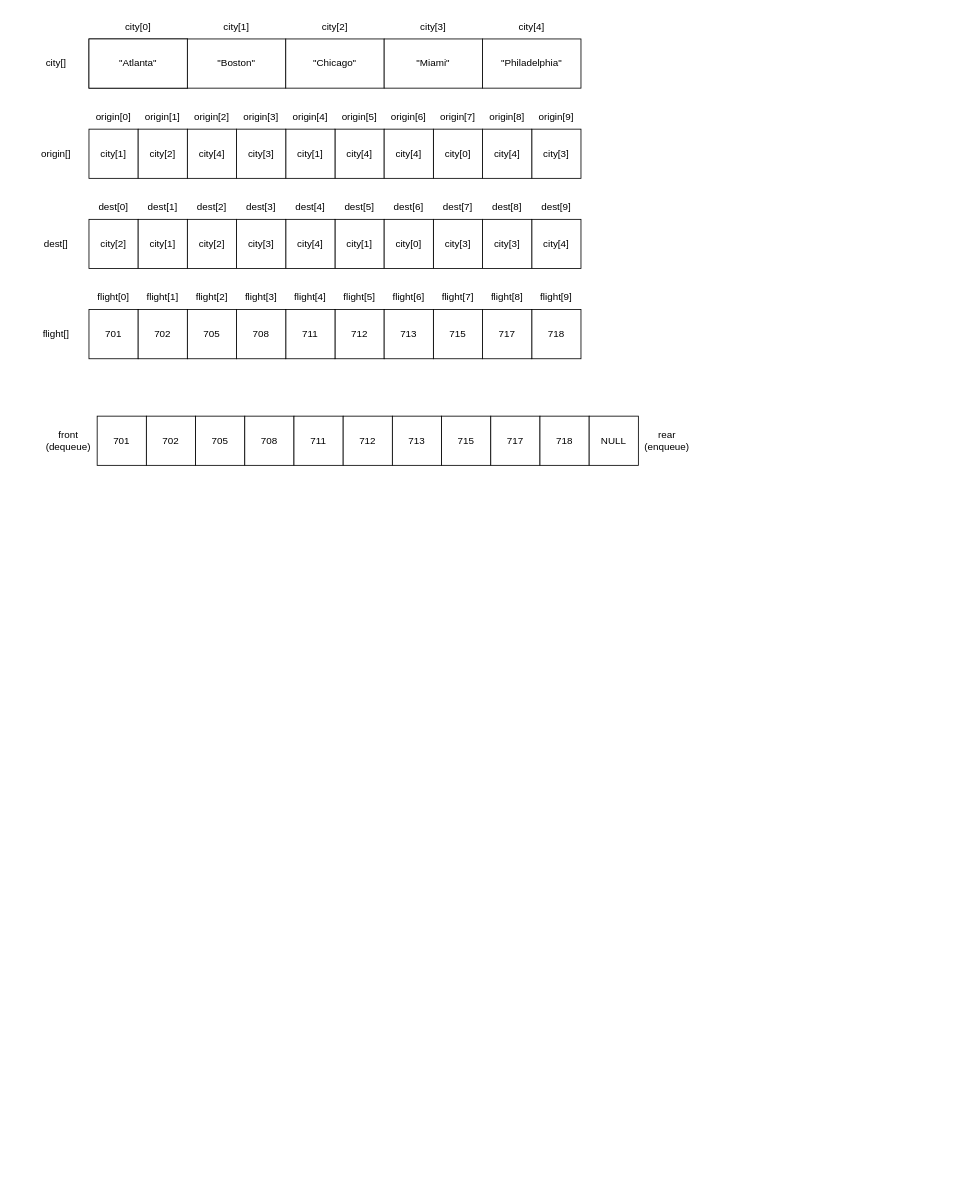
Before: data structure diagrams.drawio in rossedwards64/Algorithms-and-Data-Structures, a draw.io diagram. Source tidied: cells renumbered, new cells numbered last; positions are measured from the earlier drawing's top-left corner, leaving out a move shared by most shapes. Both pictures are drawn from the tidied source at 82%, with x=0, y=0 at pixel (27, 14).
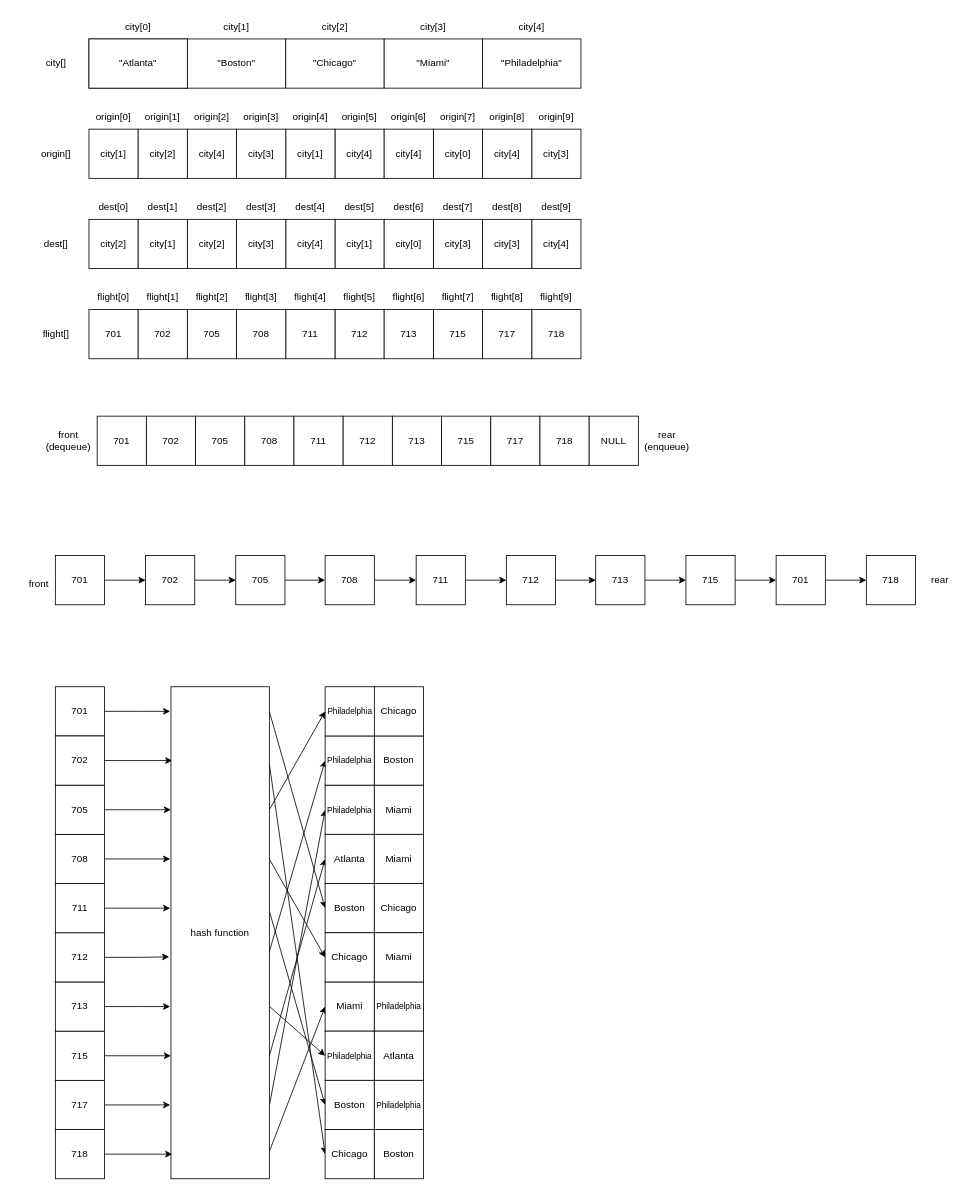
The same page after the edit.

The edit, as a diff of the source:
```diff
@@
+    <mxCell id="90" style="edgeStyle=orthogonalEdgeStyle;rounded=0;jettySize=auto;html=1;entryX=0;entryY=0.5;entryDx=0;entryDy=0;" parent="1" edge="1" source="91" target="100">
+      <mxGeometry relative="1" as="geometry" />
+    </mxCell>
+    <mxCell id="91" value="701" style="rounded=0;whiteSpace=wrap;html=1;" parent="1" vertex="1">
+      <mxGeometry x="34" y="660" width="60" height="60" as="geometry" />
+    </mxCell>
+    <mxCell id="92" value="718" style="rounded=0;whiteSpace=wrap;html=1;" parent="1" vertex="1">
+      <mxGeometry x="1023" y="660" width="60" height="60" as="geometry" />
+    </mxCell>
+    <mxCell id="93" style="edgeStyle=orthogonalEdgeStyle;rounded=0;jettySize=auto;html=1;entryX=0;entryY=0.5;entryDx=0;entryDy=0;" parent="1" edge="1" source="94" target="92">
+      <mxGeometry relative="1" as="geometry" />
+    </mxCell>
+    <mxCell id="94" value="701" style="rounded=0;whiteSpace=wrap;html=1;" parent="1" vertex="1">
+      <mxGeometry x="913" y="660" width="60" height="60" as="geometry" />
+    </mxCell>
+    <mxCell id="95" style="edgeStyle=orthogonalEdgeStyle;rounded=0;jettySize=auto;html=1;entryX=0;entryY=0.5;entryDx=0;entryDy=0;" parent="1" edge="1" source="96" target="94">
+      <mxGeometry relative="1" as="geometry" />
+    </mxCell>
+    <mxCell id="96" value="715" style="rounded=0;whiteSpace=wrap;html=1;" parent="1" vertex="1">
+      <mxGeometry x="803" y="660" width="60" height="60" as="geometry" />
+    </mxCell>
+    <mxCell id="97" style="edgeStyle=orthogonalEdgeStyle;rounded=0;jettySize=auto;html=1;entryX=0;entryY=0.5;entryDx=0;entryDy=0;" parent="1" edge="1" source="98" target="96">
+      <mxGeometry relative="1" as="geometry" />
+    </mxCell>
+    <mxCell id="98" value="713" style="rounded=0;whiteSpace=wrap;html=1;" parent="1" vertex="1">
+      <mxGeometry x="693" y="660" width="60" height="60" as="geometry" />
+    </mxCell>
+    <mxCell id="99" style="edgeStyle=orthogonalEdgeStyle;rounded=0;jettySize=auto;html=1;entryX=0;entryY=0.5;entryDx=0;entryDy=0;" parent="1" edge="1" source="100" target="108">
+      <mxGeometry relative="1" as="geometry" />
+    </mxCell>
+    <mxCell id="100" value="702" style="rounded=0;whiteSpace=wrap;html=1;" parent="1" vertex="1">
+      <mxGeometry x="144" y="660" width="60" height="60" as="geometry" />
+    </mxCell>
+    <mxCell id="101" style="edgeStyle=orthogonalEdgeStyle;rounded=0;jettySize=auto;html=1;entryX=0;entryY=0.5;entryDx=0;entryDy=0;" parent="1" edge="1" source="102" target="98">
+      <mxGeometry relative="1" as="geometry" />
+    </mxCell>
+    <mxCell id="102" value="712" style="rounded=0;whiteSpace=wrap;html=1;" parent="1" vertex="1">
+      <mxGeometry x="584" y="660" width="60" height="60" as="geometry" />
+    </mxCell>
+    <mxCell id="103" style="edgeStyle=orthogonalEdgeStyle;rounded=0;jettySize=auto;html=1;entryX=0;entryY=0.5;entryDx=0;entryDy=0;" parent="1" edge="1" source="104" target="102">
+      <mxGeometry relative="1" as="geometry" />
+    </mxCell>
+    <mxCell id="104" value="711" style="rounded=0;whiteSpace=wrap;html=1;" parent="1" vertex="1">
+      <mxGeometry x="474" y="660" width="60" height="60" as="geometry" />
+    </mxCell>
+    <mxCell id="105" style="edgeStyle=orthogonalEdgeStyle;rounded=0;jettySize=auto;html=1;" parent="1" edge="1" source="106" target="104">
+      <mxGeometry relative="1" as="geometry" />
+    </mxCell>
+    <mxCell id="106" value="708" style="rounded=0;whiteSpace=wrap;html=1;" parent="1" vertex="1">
+      <mxGeometry x="363" y="660" width="60" height="60" as="geometry" />
+    </mxCell>
+    <mxCell id="107" style="edgeStyle=orthogonalEdgeStyle;rounded=0;jettySize=auto;html=1;entryX=0;entryY=0.5;entryDx=0;entryDy=0;" parent="1" edge="1" source="108" target="106">
+      <mxGeometry relative="1" as="geometry" />
+    </mxCell>
+    <mxCell id="108" value="705" style="rounded=0;whiteSpace=wrap;html=1;" parent="1" vertex="1">
+      <mxGeometry x="254" y="660" width="60" height="60" as="geometry" />
+    </mxCell>
+    <mxCell id="109" value="front" style="text;html=1;strokeColor=none;fillColor=none;align=center;verticalAlign=middle;whiteSpace=wrap;rounded=0;" parent="1" vertex="1">
+      <mxGeometry x="-16" y="680" width="60" height="30" as="geometry" />
+    </mxCell>
+    <mxCell id="110" value="rear" style="text;html=1;strokeColor=none;fillColor=none;align=center;verticalAlign=middle;whiteSpace=wrap;rounded=0;" parent="1" vertex="1">
+      <mxGeometry x="1083" y="675" width="60" height="30" as="geometry" />
+    </mxCell>
+    <mxCell id="111" style="edgeStyle=orthogonalEdgeStyle;rounded=0;jettySize=auto;html=1;fontSize=10;" parent="1" edge="1" source="112">
+      <mxGeometry relative="1" as="geometry">
+        <mxPoint x="174" y="850" as="targetPoint" />
+      </mxGeometry>
+    </mxCell>
+    <mxCell id="112" value="701" style="rounded=0;whiteSpace=wrap;html=1;" parent="1" vertex="1">
+      <mxGeometry x="34" y="820" width="60" height="60" as="geometry" />
+    </mxCell>
+    <mxCell id="113" style="edgeStyle=orthogonalEdgeStyle;rounded=0;jettySize=auto;html=1;entryX=0.013;entryY=0.95;entryDx=0;entryDy=0;entryPerimeter=0;fontSize=10;" parent="1" edge="1" source="114" target="141">
+      <mxGeometry relative="1" as="geometry" />
+    </mxCell>
+    <mxCell id="114" value="718" style="rounded=0;whiteSpace=wrap;html=1;" parent="1" vertex="1">
+      <mxGeometry x="34" y="1360" width="60" height="60" as="geometry" />
+    </mxCell>
+    <mxCell id="115" style="edgeStyle=orthogonalEdgeStyle;rounded=0;jettySize=auto;html=1;entryX=-0.008;entryY=0.85;entryDx=0;entryDy=0;entryPerimeter=0;fontSize=10;" parent="1" edge="1" source="116" target="141">
+      <mxGeometry relative="1" as="geometry" />
+    </mxCell>
+    <mxCell id="116" value="717" style="rounded=0;whiteSpace=wrap;html=1;" parent="1" vertex="1">
+      <mxGeometry x="34" y="1300" width="60" height="60" as="geometry" />
+    </mxCell>
+    <mxCell id="117" style="edgeStyle=orthogonalEdgeStyle;rounded=0;jettySize=auto;html=1;entryX=0;entryY=0.75;entryDx=0;entryDy=0;fontSize=10;" parent="1" edge="1" source="118" target="141">
+      <mxGeometry relative="1" as="geometry" />
+    </mxCell>
+    <mxCell id="118" value="715" style="rounded=0;whiteSpace=wrap;html=1;" parent="1" vertex="1">
+      <mxGeometry x="34" y="1240" width="60" height="60" as="geometry" />
+    </mxCell>
+    <mxCell id="119" style="edgeStyle=orthogonalEdgeStyle;rounded=0;jettySize=auto;html=1;fontSize=10;" parent="1" edge="1" source="120">
+      <mxGeometry relative="1" as="geometry">
+        <mxPoint x="174" y="1210" as="targetPoint" />
+      </mxGeometry>
+    </mxCell>
+    <mxCell id="120" value="713" style="rounded=0;whiteSpace=wrap;html=1;" parent="1" vertex="1">
+      <mxGeometry x="34" y="1180" width="60" height="60" as="geometry" />
+    </mxCell>
+    <mxCell id="121" style="edgeStyle=orthogonalEdgeStyle;rounded=0;jettySize=auto;html=1;entryX=-0.018;entryY=0.549;entryDx=0;entryDy=0;entryPerimeter=0;fontSize=10;" parent="1" edge="1" source="122" target="141">
+      <mxGeometry relative="1" as="geometry" />
+    </mxCell>
+    <mxCell id="122" value="712" style="rounded=0;whiteSpace=wrap;html=1;" parent="1" vertex="1">
+      <mxGeometry x="34" y="1120" width="60" height="60" as="geometry" />
+    </mxCell>
+    <mxCell id="123" style="edgeStyle=orthogonalEdgeStyle;rounded=0;jettySize=auto;html=1;entryX=-0.008;entryY=0.45;entryDx=0;entryDy=0;entryPerimeter=0;fontSize=10;" parent="1" edge="1" source="124" target="141">
+      <mxGeometry relative="1" as="geometry" />
+    </mxCell>
+    <mxCell id="124" value="711" style="rounded=0;whiteSpace=wrap;html=1;" parent="1" vertex="1">
+      <mxGeometry x="34" y="1060" width="60" height="60" as="geometry" />
+    </mxCell>
+    <mxCell id="125" style="edgeStyle=orthogonalEdgeStyle;rounded=0;jettySize=auto;html=1;entryX=-0.008;entryY=0.35;entryDx=0;entryDy=0;entryPerimeter=0;fontSize=10;" parent="1" edge="1" source="126" target="141">
+      <mxGeometry relative="1" as="geometry" />
+    </mxCell>
+    <mxCell id="126" value="708" style="rounded=0;whiteSpace=wrap;html=1;" parent="1" vertex="1">
+      <mxGeometry x="34" y="1000" width="60" height="60" as="geometry" />
+    </mxCell>
+    <mxCell id="127" style="edgeStyle=orthogonalEdgeStyle;rounded=0;jettySize=auto;html=1;entryX=0;entryY=0.25;entryDx=0;entryDy=0;fontSize=10;" parent="1" edge="1" source="128" target="141">
+      <mxGeometry relative="1" as="geometry" />
+    </mxCell>
+    <mxCell id="128" value="705" style="rounded=0;whiteSpace=wrap;html=1;" parent="1" vertex="1">
+      <mxGeometry x="34" y="940" width="60" height="60" as="geometry" />
+    </mxCell>
+    <mxCell id="129" style="edgeStyle=orthogonalEdgeStyle;rounded=0;jettySize=auto;html=1;fontSize=10;entryX=0.013;entryY=0.15;entryDx=0;entryDy=0;entryPerimeter=0;" parent="1" edge="1" source="130" target="141">
+      <mxGeometry relative="1" as="geometry" />
+    </mxCell>
+    <mxCell id="130" value="702" style="rounded=0;whiteSpace=wrap;html=1;" parent="1" vertex="1">
+      <mxGeometry x="34" y="880" width="60" height="60" as="geometry" />
+    </mxCell>
+    <mxCell id="131" style="rounded=0;jettySize=auto;html=1;entryX=0;entryY=0.5;entryDx=0;entryDy=0;fontSize=10;exitX=1.001;exitY=0.051;exitDx=0;exitDy=0;exitPerimeter=0;" parent="1" edge="1" source="141" target="142">
+      <mxGeometry relative="1" as="geometry" />
+    </mxCell>
+    <mxCell id="132" style="rounded=0;jettySize=auto;html=1;exitX=0.994;exitY=0.149;exitDx=0;exitDy=0;entryX=0;entryY=0.5;entryDx=0;entryDy=0;fontSize=10;exitPerimeter=0;" parent="1" edge="1" source="141" target="151">
+      <mxGeometry relative="1" as="geometry" />
+    </mxCell>
+    <mxCell id="133" style="rounded=0;jettySize=auto;html=1;exitX=1;exitY=0.25;exitDx=0;exitDy=0;entryX=0;entryY=0.5;entryDx=0;entryDy=0;fontSize=10;" parent="1" edge="1" source="141" target="150">
+      <mxGeometry relative="1" as="geometry" />
+    </mxCell>
+    <mxCell id="134" style="rounded=0;jettySize=auto;html=1;exitX=0.994;exitY=0.348;exitDx=0;exitDy=0;entryX=0;entryY=0.5;entryDx=0;entryDy=0;fontSize=10;exitPerimeter=0;" parent="1" edge="1" source="141" target="149">
+      <mxGeometry relative="1" as="geometry" />
+    </mxCell>
+    <mxCell id="135" style="rounded=0;jettySize=auto;html=1;entryX=0;entryY=0.5;entryDx=0;entryDy=0;fontSize=10;exitX=0.997;exitY=0.454;exitDx=0;exitDy=0;exitPerimeter=0;" parent="1" edge="1" source="141" target="148">
+      <mxGeometry relative="1" as="geometry" />
+    </mxCell>
+    <mxCell id="136" style="rounded=0;jettySize=auto;html=1;exitX=0.99;exitY=0.545;exitDx=0;exitDy=0;entryX=0;entryY=0.5;entryDx=0;entryDy=0;fontSize=10;exitPerimeter=0;" parent="1" edge="1" source="141" target="147">
+      <mxGeometry relative="1" as="geometry" />
+    </mxCell>
+    <mxCell id="137" style="edgeStyle=none;rounded=0;jettySize=auto;html=1;exitX=1.003;exitY=0.65;exitDx=0;exitDy=0;entryX=0;entryY=0.5;entryDx=0;entryDy=0;fontSize=10;exitPerimeter=0;" parent="1" edge="1" source="141" target="146">
+      <mxGeometry relative="1" as="geometry" />
+    </mxCell>
+    <mxCell id="138" style="edgeStyle=none;rounded=0;jettySize=auto;html=1;exitX=1;exitY=0.75;exitDx=0;exitDy=0;entryX=0;entryY=0.5;entryDx=0;entryDy=0;fontSize=10;" parent="1" edge="1" source="141" target="145">
+      <mxGeometry relative="1" as="geometry" />
+    </mxCell>
+    <mxCell id="139" style="edgeStyle=none;rounded=0;jettySize=auto;html=1;exitX=1.003;exitY=0.848;exitDx=0;exitDy=0;entryX=0;entryY=0.5;entryDx=0;entryDy=0;fontSize=10;exitPerimeter=0;" parent="1" edge="1" source="141" target="144">
+      <mxGeometry relative="1" as="geometry" />
+    </mxCell>
+    <mxCell id="140" style="edgeStyle=none;rounded=0;jettySize=auto;html=1;exitX=0.997;exitY=0.946;exitDx=0;exitDy=0;entryX=0;entryY=0.5;entryDx=0;entryDy=0;fontSize=10;exitPerimeter=0;" parent="1" edge="1" source="141" target="143">
+      <mxGeometry relative="1" as="geometry" />
+    </mxCell>
+    <mxCell id="141" value="hash function" style="rounded=0;whiteSpace=wrap;html=1;" parent="1" vertex="1">
+      <mxGeometry x="175" y="820" width="120" height="600" as="geometry" />
+    </mxCell>
+    <mxCell id="142" value="Boston" style="rounded=0;whiteSpace=wrap;html=1;" parent="1" vertex="1">
+      <mxGeometry x="363" y="1060" width="60" height="60" as="geometry" />
+    </mxCell>
+    <mxCell id="143" value="Miami" style="rounded=0;whiteSpace=wrap;html=1;" parent="1" vertex="1">
+      <mxGeometry x="363" y="1180" width="60" height="60" as="geometry" />
+    </mxCell>
+    <mxCell id="144" value="&lt;font style=&quot;font-size: 10px&quot;&gt;Philadelphia&lt;/font&gt;" style="rounded=0;whiteSpace=wrap;html=1;" parent="1" vertex="1">
+      <mxGeometry x="363" y="940" width="60" height="60" as="geometry" />
+    </mxCell>
+    <mxCell id="145" value="Atlanta" style="rounded=0;whiteSpace=wrap;html=1;" parent="1" vertex="1">
+      <mxGeometry x="363" y="1000" width="60" height="60" as="geometry" />
+    </mxCell>
+    <mxCell id="146" value="&lt;font style=&quot;font-size: 10px&quot;&gt;Philadelphia&lt;/font&gt;" style="rounded=0;whiteSpace=wrap;html=1;" parent="1" vertex="1">
+      <mxGeometry x="363" y="1240" width="60" height="60" as="geometry" />
+    </mxCell>
+    <mxCell id="147" value="&lt;font style=&quot;font-size: 10px&quot;&gt;Philadelphia&lt;/font&gt;" style="rounded=0;whiteSpace=wrap;html=1;" parent="1" vertex="1">
+      <mxGeometry x="363" y="880" width="60" height="60" as="geometry" />
+    </mxCell>
+    <mxCell id="148" value="Boston" style="rounded=0;whiteSpace=wrap;html=1;" parent="1" vertex="1">
+      <mxGeometry x="363" y="1300" width="60" height="60" as="geometry" />
+    </mxCell>
+    <mxCell id="149" value="Chicago" style="rounded=0;whiteSpace=wrap;html=1;" parent="1" vertex="1">
+      <mxGeometry x="363" y="1120" width="60" height="60" as="geometry" />
+    </mxCell>
+    <mxCell id="150" value="&lt;font style=&quot;font-size: 10px&quot;&gt;Philadelphia&lt;/font&gt;" style="rounded=0;whiteSpace=wrap;html=1;" parent="1" vertex="1">
+      <mxGeometry x="363" y="820" width="61" height="60" as="geometry" />
+    </mxCell>
+    <mxCell id="151" value="Chicago" style="rounded=0;whiteSpace=wrap;html=1;" parent="1" vertex="1">
+      <mxGeometry x="363" y="1360" width="60" height="60" as="geometry" />
+    </mxCell>
+    <mxCell id="152" value="Chicago" style="rounded=0;whiteSpace=wrap;html=1;" parent="1" vertex="1">
+      <mxGeometry x="423" y="1060" width="60" height="60" as="geometry" />
+    </mxCell>
+    <mxCell id="153" value="&lt;font style=&quot;font-size: 10px&quot;&gt;Philadelphia&lt;/font&gt;" style="rounded=0;whiteSpace=wrap;html=1;" parent="1" vertex="1">
+      <mxGeometry x="423" y="1180" width="60" height="60" as="geometry" />
+    </mxCell>
+    <mxCell id="154" value="Miami" style="rounded=0;whiteSpace=wrap;html=1;" parent="1" vertex="1">
+      <mxGeometry x="423" y="940" width="60" height="60" as="geometry" />
+    </mxCell>
+    <mxCell id="155" value="Miami" style="rounded=0;whiteSpace=wrap;html=1;" parent="1" vertex="1">
+      <mxGeometry x="423" y="1000" width="60" height="60" as="geometry" />
+    </mxCell>
+    <mxCell id="156" value="Atlanta" style="rounded=0;whiteSpace=wrap;html=1;" parent="1" vertex="1">
+      <mxGeometry x="423" y="1240" width="60" height="60" as="geometry" />
+    </mxCell>
+    <mxCell id="157" value="Boston" style="rounded=0;whiteSpace=wrap;html=1;" parent="1" vertex="1">
+      <mxGeometry x="423" y="880" width="60" height="60" as="geometry" />
+    </mxCell>
+    <mxCell id="158" value="&lt;font style=&quot;font-size: 10px&quot;&gt;Philadelphia&lt;/font&gt;" style="rounded=0;whiteSpace=wrap;html=1;" parent="1" vertex="1">
+      <mxGeometry x="423" y="1300" width="60" height="60" as="geometry" />
+    </mxCell>
+    <mxCell id="159" value="Miami" style="rounded=0;whiteSpace=wrap;html=1;" parent="1" vertex="1">
+      <mxGeometry x="423" y="1120" width="60" height="60" as="geometry" />
+    </mxCell>
+    <mxCell id="160" value="Chicago" style="rounded=0;whiteSpace=wrap;html=1;" parent="1" vertex="1">
+      <mxGeometry x="423" y="820" width="60" height="60" as="geometry" />
+    </mxCell>
+    <mxCell id="161" value="Boston" style="rounded=0;whiteSpace=wrap;html=1;" parent="1" vertex="1">
+      <mxGeometry x="423" y="1360" width="60" height="60" as="geometry" />
+    </mxCell>
```
